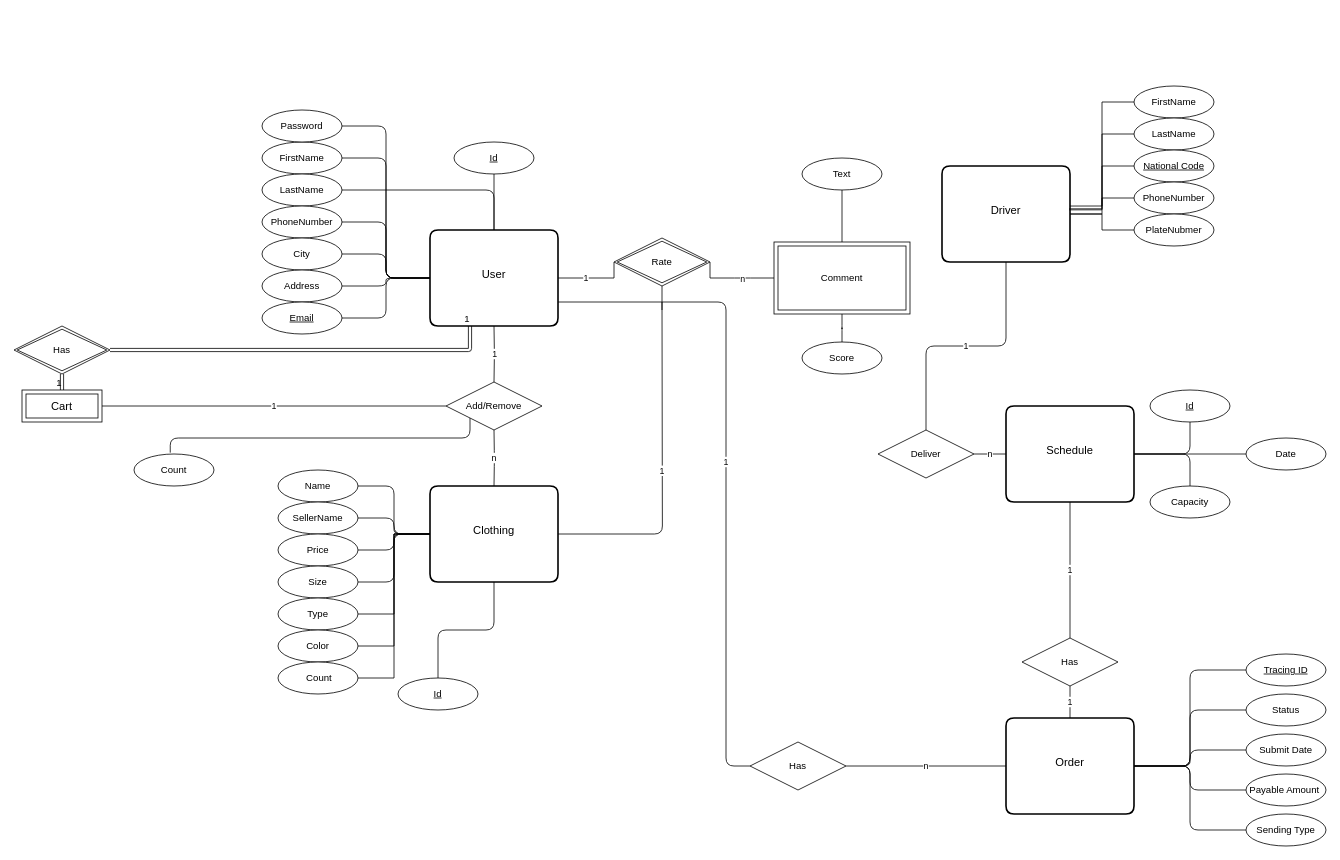
Earlier version of the draw.io diagram Market.drawio (yasharzb/Health-Management). Source tidied: cells renumbered, new cells numbered last; positions are measured from the earlier drawing's top-left corner, leaving out a move shared by most shapes. Both pictures are drawn from the tidied source at 80%, with x=0, y=0 at pixel (14, 86).
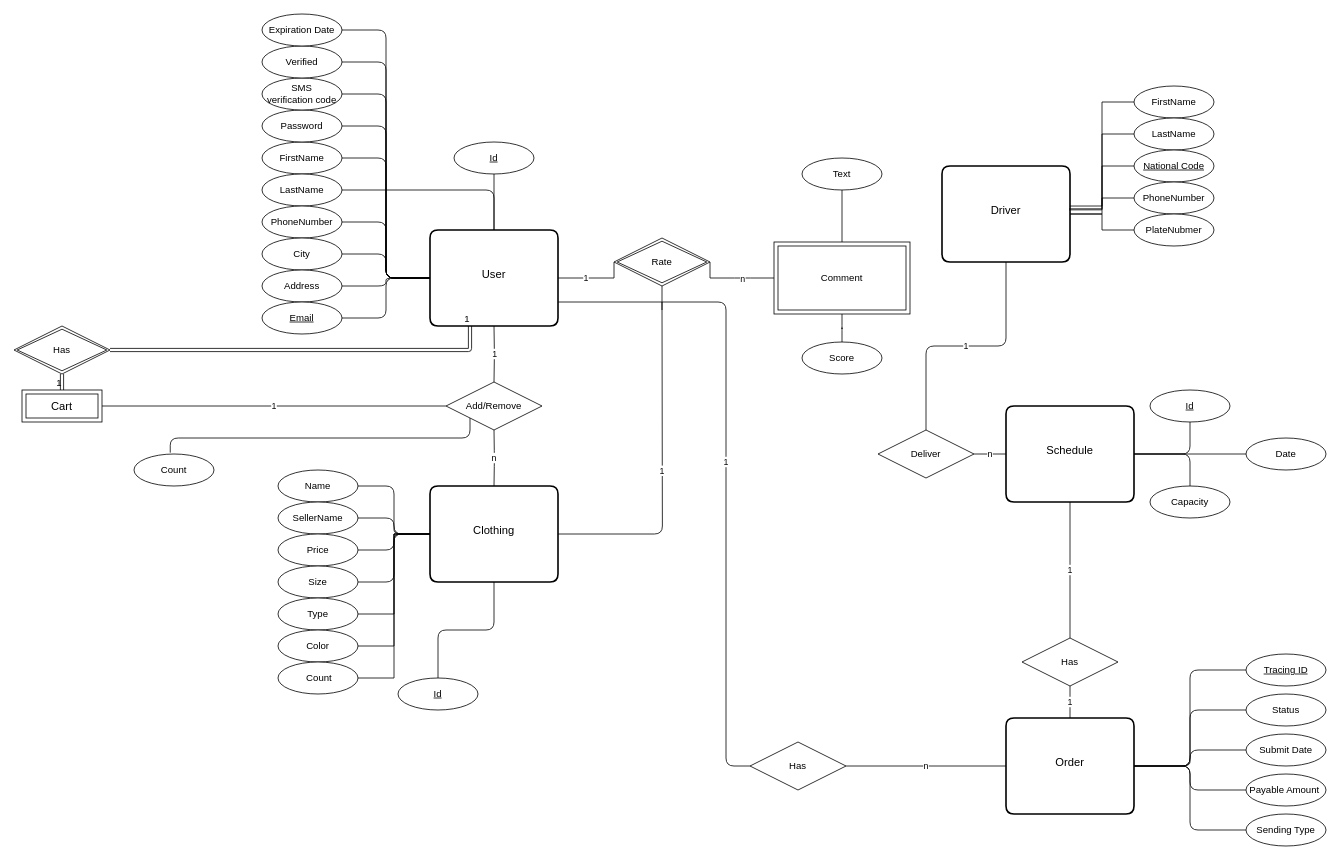
The same page after the edit.

Commit message:
Add confirmation fields

The change refers to these unchanged cells:
```xml
<mxCell id="3" value="User" style="swimlane;horizontal=1;startSize=110;rounded=1;fontSize=14;fontStyle=0;strokeWidth=2;shadow=0;dashed=0;align=center;swimlaneLine=0;" parent="1" vertex="1">
  <mxGeometry x="520" y="180" width="160" height="120" as="geometry" />
</mxCell>
```

Change to the diagram source:
```diff
@@
+    <mxCell id="99" style="edgeStyle=orthogonalEdgeStyle;rounded=1;jettySize=auto;html=1;entryX=0;entryY=0.5;entryDx=0;entryDy=0;endArrow=none;endFill=0;strokeColor=#000000;" parent="1" edge="1" source="100" target="3">
+      <mxGeometry relative="1" as="geometry" />
+    </mxCell>
+    <mxCell id="100" value="SMS&lt;br&gt;verification code" style="ellipse;whiteSpace=wrap;html=1;align=center;" parent="1" vertex="1">
+      <mxGeometry x="310" y="-10" width="100" height="40" as="geometry" />
+    </mxCell>
+    <mxCell id="101" style="edgeStyle=orthogonalEdgeStyle;rounded=1;jettySize=auto;html=1;entryX=0;entryY=0.5;entryDx=0;entryDy=0;endArrow=none;endFill=0;strokeColor=#000000;" parent="1" edge="1" source="102" target="3">
+      <mxGeometry relative="1" as="geometry" />
+    </mxCell>
+    <mxCell id="102" value="Verified" style="ellipse;whiteSpace=wrap;html=1;align=center;" parent="1" vertex="1">
+      <mxGeometry x="310" y="-50" width="100" height="40" as="geometry" />
+    </mxCell>
+    <mxCell id="103" style="edgeStyle=orthogonalEdgeStyle;rounded=1;jettySize=auto;html=1;entryX=0;entryY=0.5;entryDx=0;entryDy=0;endArrow=none;endFill=0;" parent="1" edge="1" source="104" target="3">
+      <mxGeometry relative="1" as="geometry" />
+    </mxCell>
+    <mxCell id="104" value="Expiration Date" style="ellipse;whiteSpace=wrap;html=1;align=center;" parent="1" vertex="1">
+      <mxGeometry x="310" y="-90" width="100" height="40" as="geometry" />
+    </mxCell>
```
